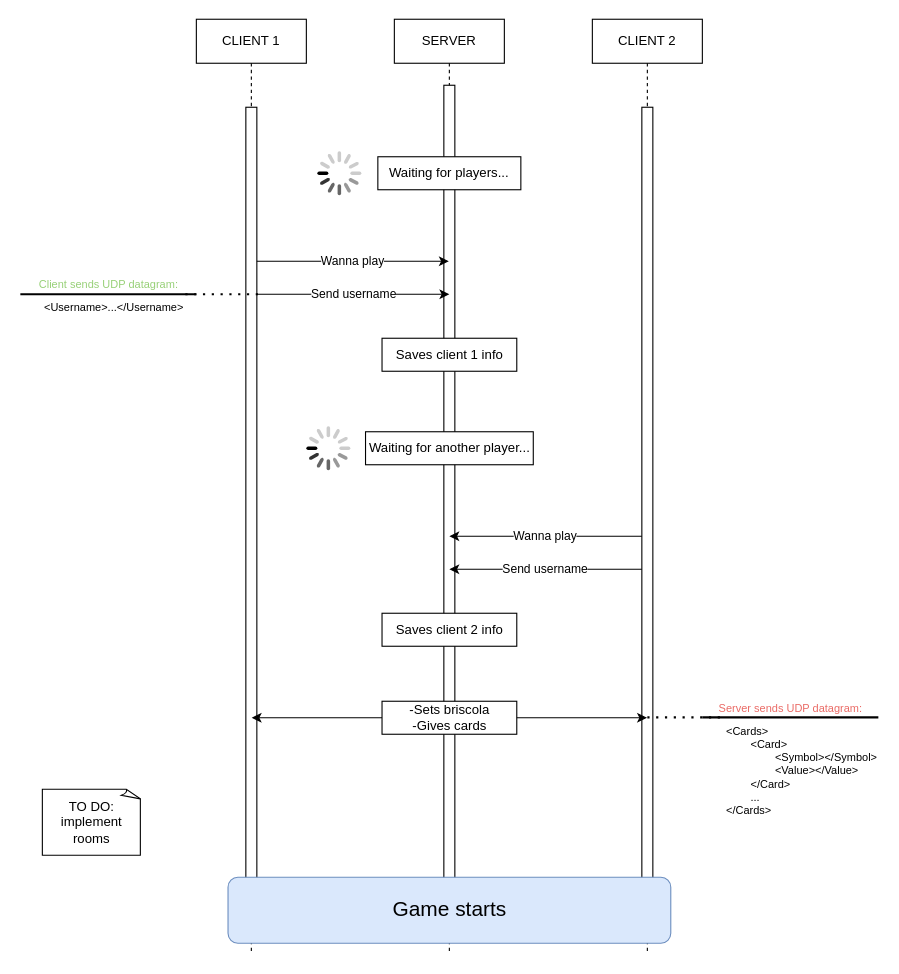
The draw.io diagram docs/Sequence diagrams/XML/v1.0.drawio in YasserKhaloufi/PROGETTO_BRISCOLA, before the edit. Source tidied: cells renumbered, new cells numbered last; positions are measured from the earlier drawing's top-left corner, leaving out a move shared by most shapes. Both pictures are drawn from the tidied source at 110%, with x=0, y=0 at pixel (20, 19).
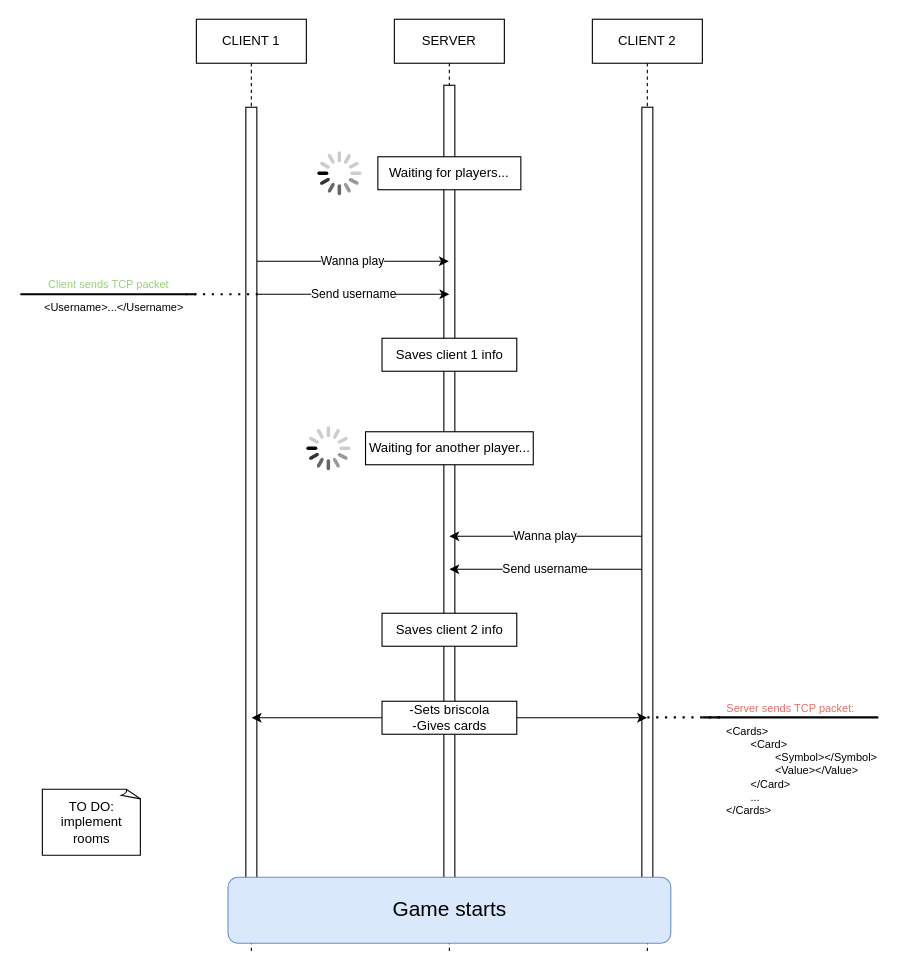
The same diagram, later.

The edit, as a diff of the source:
```diff
@@
-    <mxCell id="22" value="&lt;font color=&quot;#97d077&quot;&gt;Client sends UDP datagram:&lt;/font&gt;" style="verticalAlign=bottom;html=1;endArrow=none;edgeStyle=none;labelBackgroundColor=none;fontSize=10;strokeWidth=2;rounded=0;" parent="1" edge="1">
+    <mxCell id="22" value="&lt;font color=&quot;#97d077&quot;&gt;Client sends TCP packet&lt;/font&gt;" style="verticalAlign=bottom;html=1;endArrow=none;edgeStyle=none;labelBackgroundColor=none;fontSize=10;strokeWidth=2;rounded=0;" parent="1" edge="1">
       <mxGeometry relative="1" as="geometry">
         <mxPoint y="250" as="sourcePoint" />
         <mxPoint x="160" y="250" as="targetPoint" />
       </mxGeometry>
     </mxCell>
@@
-    <mxCell id="26" value="&lt;font color=&quot;#ea6b66&quot;&gt;Server sends UDP datagram:&lt;/font&gt;" style="verticalAlign=bottom;html=1;endArrow=none;edgeStyle=none;labelBackgroundColor=none;fontSize=10;strokeWidth=2;rounded=0;" parent="1" edge="1">
+    <mxCell id="26" value="&lt;font color=&quot;#ea6b66&quot;&gt;Server sends TCP packet:&lt;/font&gt;" style="verticalAlign=bottom;html=1;endArrow=none;edgeStyle=none;labelBackgroundColor=none;fontSize=10;strokeWidth=2;rounded=0;" parent="1" edge="1">
       <mxGeometry relative="1" as="geometry">
         <mxPoint x="620" y="634.7" as="sourcePoint" />
         <mxPoint x="780" y="634.7" as="targetPoint" />
       </mxGeometry>
     </mxCell>
```
